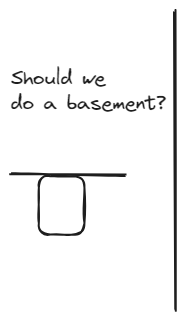
Above: architecture_patterns/constructor/assets/house.excalidraw.png in NMashalov/PedagogicalSystemDesign (Excalidraw), before the change. Source tidied: one line per element, renumbered; positions are measured from the earlier drawing's top-left corner, leaving out a move shared by most shapes. Source of this version:
```json
{"id": 0, "type": "line", "strokeColor": "#1e1e1e", "strokeWidth": 2, "roughness": 1, "round": true, "x": 0, "y": 164, "width": 114, "height": 0, "points": [[0, 0], [114, 0]]}
{"id": 1, "type": "rectangle", "strokeColor": "#1e1e1e", "strokeWidth": 2, "roughness": 1, "round": true, "x": 28, "y": 166, "width": 46, "height": 58}
{"id": 2, "type": "line", "strokeColor": "#1e1e1e", "strokeWidth": 2, "roughness": 1, "round": true, "x": 164, "y": 0, "width": 0, "height": 299, "points": [[0, 0], [0, 299]]}
{"id": 3, "type": "text", "text": "Should we\ndo a basement?", "strokeColor": "#1e1e1e", "strokeWidth": 2, "roughness": 1, "fontSize": 20, "fontFamily": 1, "x": 0, "y": 55, "width": 155, "height": 50}
```
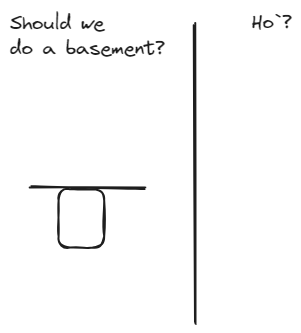
Later version of the same file.

The edit, as a diff of the source:
```diff
@@ -1,4 +1,5 @@
 {"id": 0, "type": "line", "strokeColor": "#1e1e1e", "strokeWidth": 2, "roughness": 1, "round": true, "x": 0, "y": 164, "width": 114, "height": 0, "points": [[0, 0], [114, 0]]}
 {"id": 1, "type": "rectangle", "strokeColor": "#1e1e1e", "strokeWidth": 2, "roughness": 1, "round": true, "x": 28, "y": 166, "width": 46, "height": 58}
 {"id": 2, "type": "line", "strokeColor": "#1e1e1e", "strokeWidth": 2, "roughness": 1, "round": true, "x": 164, "y": 0, "width": 0, "height": 299, "points": [[0, 0], [0, 299]]}
-{"id": 3, "type": "text", "text": "Should we\ndo a basement?", "strokeColor": "#1e1e1e", "strokeWidth": 2, "roughness": 1, "fontSize": 20, "fontFamily": 1, "x": 0, "y": 55, "width": 155, "height": 50}
+{"id": 3, "type": "text", "text": "Should we\ndo a basement?", "strokeColor": "#1e1e1e", "strokeWidth": 2, "roughness": 1, "fontSize": 20, "fontFamily": 1, "x": -21, "y": -13, "width": 155, "height": 50}
+{"id": 4, "type": "text", "text": "Ho`?", "strokeColor": "#1e1e1e", "strokeWidth": 2, "roughness": 1, "fontSize": 20, "fontFamily": 1, "x": 221, "y": -14, "width": 40, "height": 25}
```
